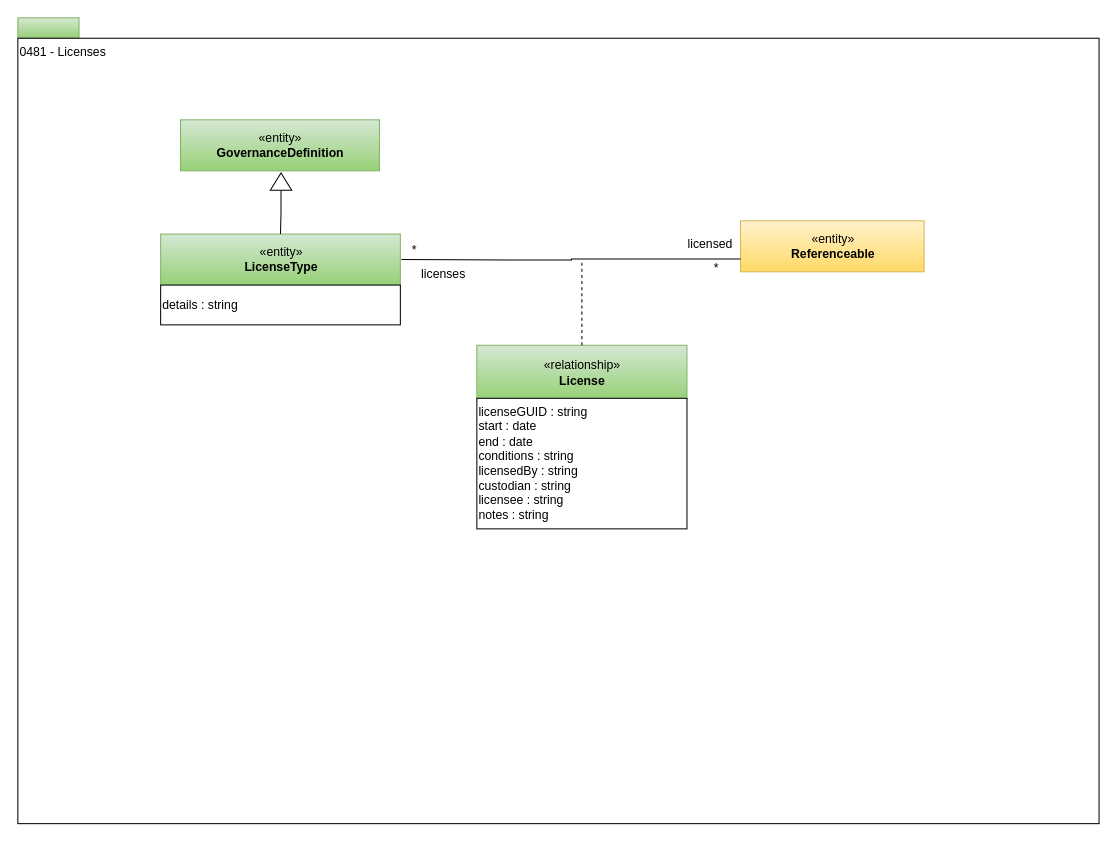
Earlier version of the draw.io diagram page "0481-Licenses" (26 of 28) of open-metadata-publication/website/open-metadata-types/area-4-governance.drawio (odpi/egeria). Source tidied: cells renumbered, new cells numbered last; positions are measured from the earlier drawing's top-left corner, leaving out a move shared by most shapes. Both pictures are drawn from the tidied source at 102%, with x=0, y=0 at pixel (17, 17).
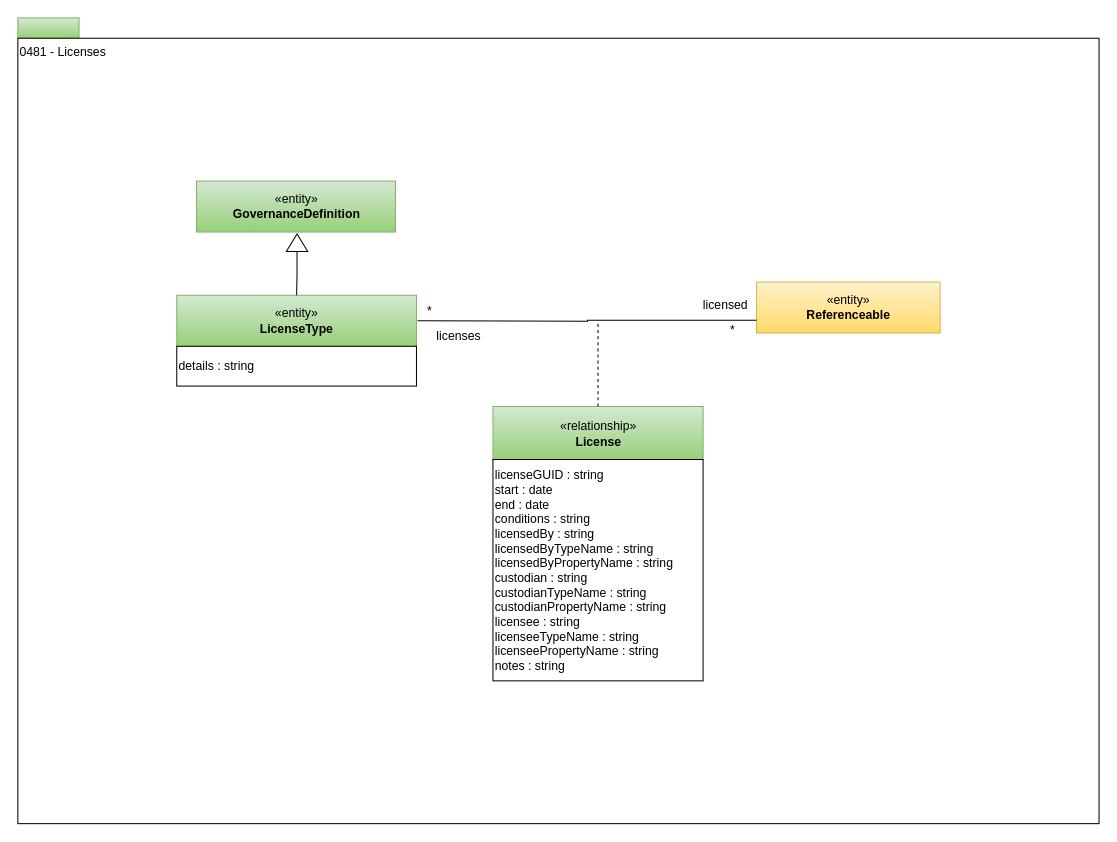
The same diagram, later.

The edit, as a diff of the source:
```diff
@@
 <mxGraphModel>
   <root>
     <mxCell id="0" />
     <mxCell id="1" parent="0" />
     <mxCell id="2" style="rounded=0;whiteSpace=wrap;html=1;align=left;fillColor=#d5e8d4;strokeColor=#82b366;gradientColor=#97d077;" parent="1" vertex="1">
       <mxGeometry width="60" height="20" as="geometry" />
     </mxCell>
     <mxCell id="3" value="0481 - Licenses" style="rounded=0;whiteSpace=wrap;html=1;align=left;verticalAlign=top;" parent="1" vertex="1">
       <mxGeometry y="20" width="1060" height="770" as="geometry" />
     </mxCell>
     <mxCell id="4" value="«entity»&lt;br&gt;&lt;b&gt;LicenseType&lt;/b&gt;" style="html=1;strokeColor=#82b366;align=center;fillColor=#d5e8d4;gradientColor=#97d077;" parent="1" vertex="1">
-      <mxGeometry x="140" y="212" width="235" height="50" as="geometry" />
+      <mxGeometry x="155.8" y="272" width="235" height="50" as="geometry" />
     </mxCell>
     <mxCell id="5" value="«entity»&lt;br&gt;&lt;b&gt;Referenceable&lt;/b&gt;" style="html=1;strokeColor=#d6b656;align=center;fillColor=#fff2cc;gradientColor=#ffd966;" parent="1" vertex="1">
-      <mxGeometry x="708.5" y="199" width="180" height="50" as="geometry" />
+      <mxGeometry x="724.2" y="259" width="180" height="50" as="geometry" />
     </mxCell>
     <mxCell id="6" style="edgeStyle=orthogonalEdgeStyle;rounded=0;html=1;exitX=0;exitY=0.5;entryX=0.5;entryY=0;jettySize=auto;endArrow=none;endFill=0;" parent="1" edge="1" source="7" target="4">
       <mxGeometry relative="1" as="geometry" />
     </mxCell>
     <mxCell id="7" style="triangle;whiteSpace=wrap;html=1;strokeColor=#000000;gradientColor=#ffffff;align=center;rotation=-90;" parent="1" vertex="1">
-      <mxGeometry x="249.5" y="150" width="17" height="21" as="geometry" />
+      <mxGeometry x="265.2" y="210" width="17" height="21" as="geometry" />
     </mxCell>
     <mxCell id="8" value="details : string" style="rounded=0;whiteSpace=wrap;html=1;strokeColor=#000000;gradientColor=#ffffff;align=left;" parent="1" vertex="1">
-      <mxGeometry x="140" y="262" width="235" height="39" as="geometry" />
+      <mxGeometry x="155.8" y="322" width="235" height="39" as="geometry" />
     </mxCell>
     <mxCell id="9" style="edgeStyle=orthogonalEdgeStyle;rounded=0;html=1;exitX=1;exitY=0.5;entryX=0;entryY=0.75;jettySize=auto;endArrow=none;endFill=0;entryDx=0;entryDy=0;" parent="1" edge="1" target="5">
       <mxGeometry relative="1" as="geometry">
-        <mxPoint x="376" y="237" as="sourcePoint" />
+        <mxPoint x="391.8" y="297" as="sourcePoint" />
       </mxGeometry>
     </mxCell>
     <mxCell id="10" value="*" style="text;html=1;strokeColor=none;fillColor=none;align=center;verticalAlign=middle;whiteSpace=wrap;rounded=0;" parent="1" vertex="1">
-      <mxGeometry x="672" y="237" width="26" height="18" as="geometry" />
+      <mxGeometry x="687.8" y="297" width="26" height="18" as="geometry" />
     </mxCell>
     <mxCell id="11" value="«relationship»&lt;br&gt;&lt;b&gt;License&lt;/b&gt;" style="html=1;strokeColor=#82b366;align=center;fillColor=#d5e8d4;gradientColor=#97d077;" parent="1" vertex="1">
-      <mxGeometry x="450" y="321" width="206" height="53" as="geometry" />
+      <mxGeometry x="465.8" y="381" width="206" height="53" as="geometry" />
     </mxCell>
     <mxCell id="12" style="endArrow=none;dashed=1;html=1;" parent="1" edge="1" target="11">
       <mxGeometry relative="1" as="geometry">
-        <mxPoint x="553" y="240" as="sourcePoint" />
+        <mxPoint x="568.8" y="300" as="sourcePoint" />
       </mxGeometry>
     </mxCell>
-    <mxCell id="13" value="licenseGUID : string&lt;br&gt;start : date&lt;br&gt;end : date&lt;br&gt;conditions : string&lt;br&gt;licensedBy : string&lt;br&gt;custodian : string&lt;br&gt;licensee : string&lt;br&gt;notes : string" style="rounded=0;whiteSpace=wrap;html=1;strokeColor=#000000;gradientColor=#ffffff;align=left;" parent="1" vertex="1">
-      <mxGeometry x="450" y="373" width="206" height="128" as="geometry" />
+    <mxCell id="13" value="licenseGUID : string&lt;br&gt;start : date&lt;br&gt;end : date&lt;br&gt;conditions : string&lt;br&gt;licensedBy : string&lt;br&gt;licensedByTypeName : string&lt;br&gt;licensedByPropertyName : string&lt;br&gt;custodian : string&lt;br&gt;custodianTypeName : string&lt;br&gt;custodianPropertyName : string&lt;br&gt;licensee : string&lt;br&gt;licenseeTypeName : string&lt;br&gt;licenseePropertyName : string&lt;br&gt;notes : string" style="rounded=0;whiteSpace=wrap;html=1;strokeColor=#000000;gradientColor=#ffffff;align=left;" parent="1" vertex="1">
+      <mxGeometry x="465.8" y="433" width="206" height="217" as="geometry" />
     </mxCell>
     <mxCell id="14" value="licensed" style="text;html=1;strokeColor=none;fillColor=none;align=center;verticalAlign=middle;whiteSpace=wrap;rounded=0;" parent="1" vertex="1">
-      <mxGeometry x="638.5" y="212" width="79.5" height="20" as="geometry" />
+      <mxGeometry x="654.2" y="272" width="79.5" height="20" as="geometry" />
     </mxCell>
     <mxCell id="15" value="licenses" style="text;html=1;strokeColor=none;fillColor=none;align=center;verticalAlign=middle;whiteSpace=wrap;rounded=0;" parent="1" vertex="1">
-      <mxGeometry x="385.5" y="242" width="63" height="20" as="geometry" />
+      <mxGeometry x="401.2" y="302" width="63" height="20" as="geometry" />
     </mxCell>
     <mxCell id="16" value="*" style="text;html=1;strokeColor=none;fillColor=none;align=center;verticalAlign=middle;whiteSpace=wrap;rounded=0;" parent="1" vertex="1">
-      <mxGeometry x="375.5" y="219" width="26" height="18" as="geometry" />
+      <mxGeometry x="391.2" y="279" width="26" height="18" as="geometry" />
     </mxCell>
     <mxCell id="17" value="«entity»&lt;br&gt;&lt;b&gt;GovernanceDefinition&lt;/b&gt;" style="html=1;strokeColor=#82b366;align=center;fillColor=#d5e8d4;gradientColor=#97d077;" parent="1" vertex="1">
-      <mxGeometry x="159.5" y="100" width="195" height="50" as="geometry" />
+      <mxGeometry x="175.2" y="160" width="195" height="50" as="geometry" />
     </mxCell>
   </root>
 </mxGraphModel>
```
